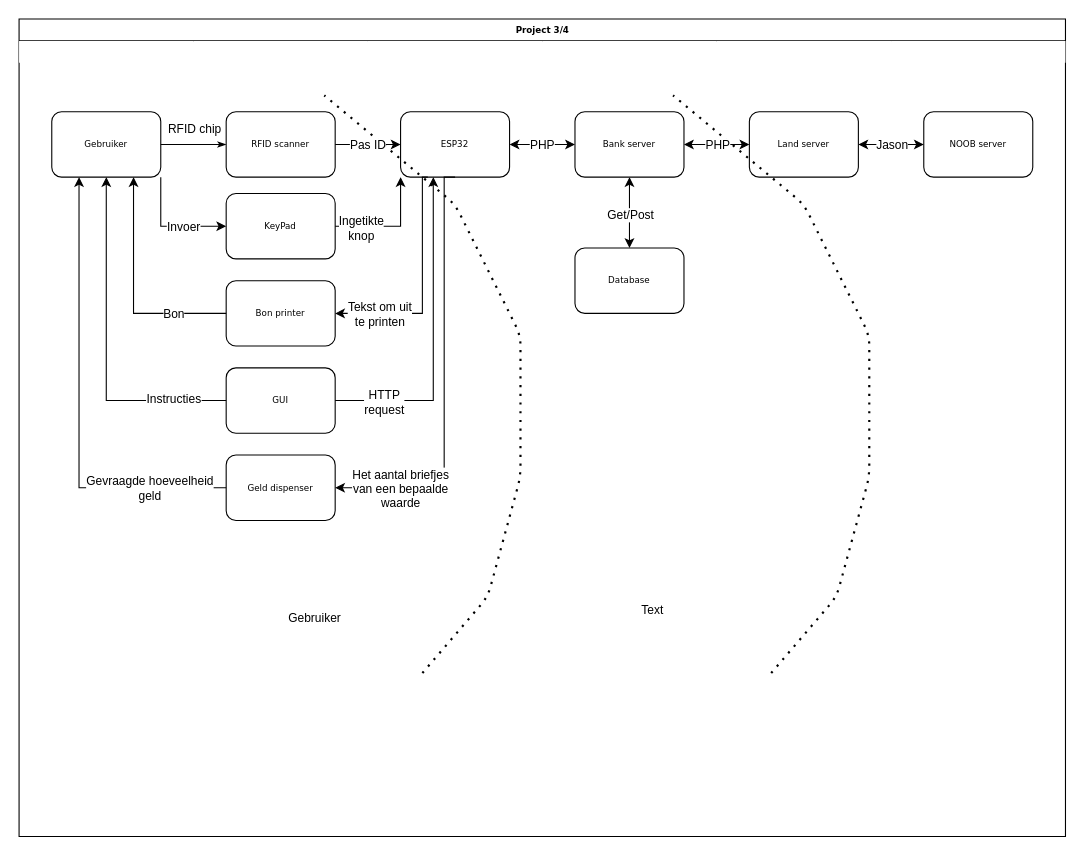
The draw.io diagram designs/2D/dataFlowDiagram.drawio in Sinjablo/Git-TINPRJ03-34, before the edit. Source tidied: cells renumbered, new cells numbered last; positions are measured from the earlier drawing's top-left corner, leaving out a move shared by most shapes. Both pictures are drawn from the tidied source at 109%, with x=0, y=0 at pixel (19, 19).
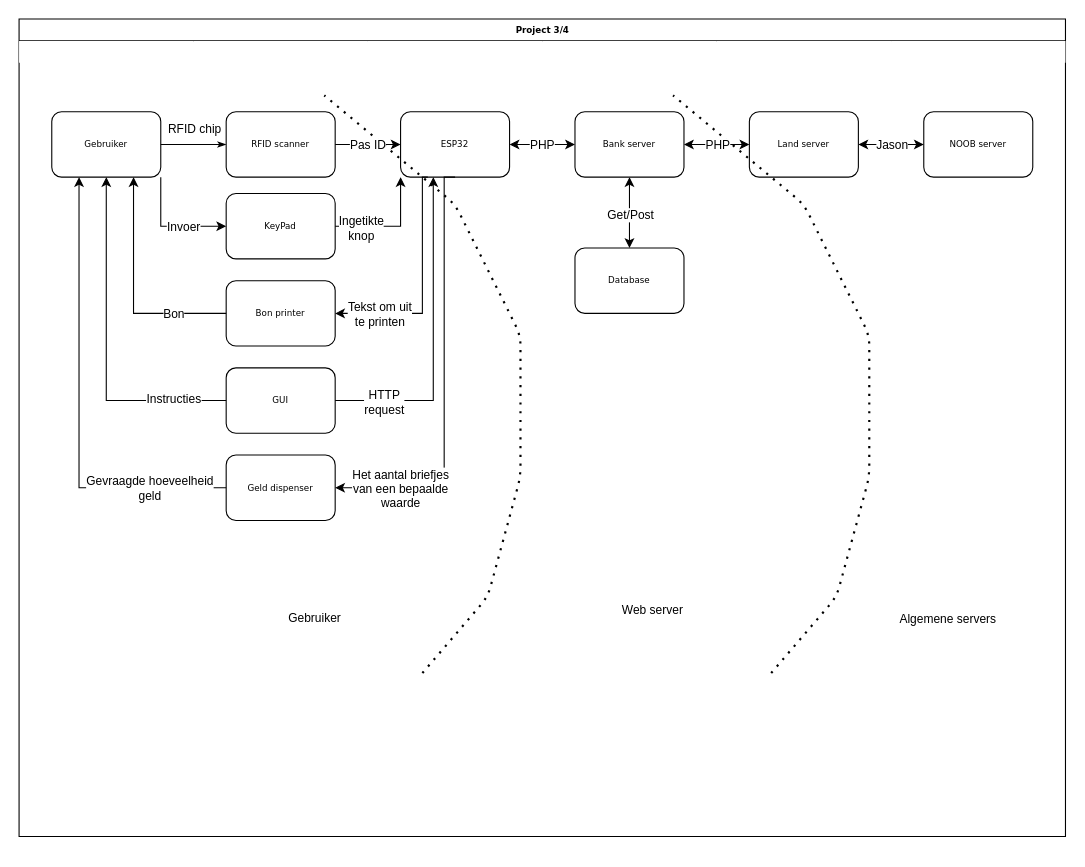
After the change.

The change refers to these unchanged cells:
```xml
<mxCell id="15" style="endArrow=none;dashed=1;html=1;dashPattern=1 3;strokeWidth=2;" parent="13" edge="1">
  <mxGeometry relative="1" as="geometry">
    <mxPoint x="50" y="580" as="sourcePoint" />
    <mxPoint x="-40" y="50" as="targetPoint" />
    <Array as="points">
      <mxPoint x="110" y="510" />
      <mxPoint x="140" y="400" />
      <mxPoint x="140" y="270" />
      <mxPoint x="80" y="150" />
    </Array>
  </mxGeometry>
</mxCell>
<mxCell id="25" style="endArrow=none;dashed=1;html=1;dashPattern=1 3;strokeWidth=2;" parent="23" edge="1">
  <mxGeometry relative="1" as="geometry">
    <mxPoint x="50" y="580" as="sourcePoint" />
    <mxPoint x="-40" y="50" as="targetPoint" />
    <Array as="points">
      <mxPoint x="110" y="510" />
      <mxPoint x="140" y="400" />
      <mxPoint x="140" y="270" />
      <mxPoint x="80" y="150" />
    </Array>
  </mxGeometry>
</mxCell>
```

What changed in the source:
```diff
@@
-    <mxCell id="17" value="Text" style="edgeLabel;html=1;align=center;verticalAlign=middle;" parent="15" vertex="1">
+    <mxCell id="17" value="Web server" style="edgeLabel;html=1;align=center;verticalAlign=middle;" parent="15" vertex="1">
       <mxGeometry x="-0.75" y="-1" relative="1" as="geometry">
         <mxPoint x="159" as="offset" />
       </mxGeometry>
     </mxCell>
@@
+    <mxCell id="53" value="Algemene servers" style="edgeLabel;html=1;align=center;verticalAlign=middle;" parent="25" vertex="1">
+      <mxGeometry x="-0.79" y="-1" relative="1" as="geometry">
+        <mxPoint x="118" as="offset" />
+      </mxGeometry>
+    </mxCell>
```
